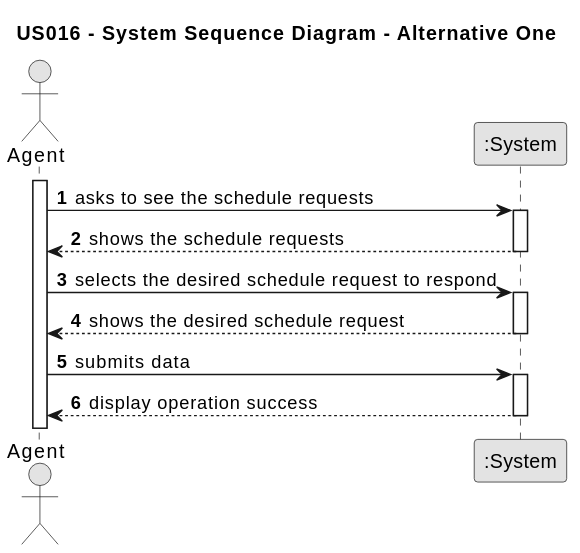
This is docs/sprintD/US016/01.requirements-engineering/svg/us016-system-sequence-diagram-alternative-one.svg from PureNimble/ISEP-LAPR2, a PlantUML export, as it was before one commit. Source of this version:
```plantuml
@startuml
skinparam monochrome true
skinparam packageStyle rectangle
skinparam shadowing false

title US016 - System Sequence Diagram - Alternative One

autonumber

actor "Agent" as Agent
participant ":System" as System

activate Agent

Agent -> System : asks to see the schedule requests
activate System

System --> Agent : shows the schedule requests
deactivate System

Agent -> System : selects the desired schedule request to respond
activate System

System --> Agent : shows the desired schedule request
deactivate System

Agent -> System : submits data
activate System

System --> Agent : display operation success
deactivate System
@enduml
```
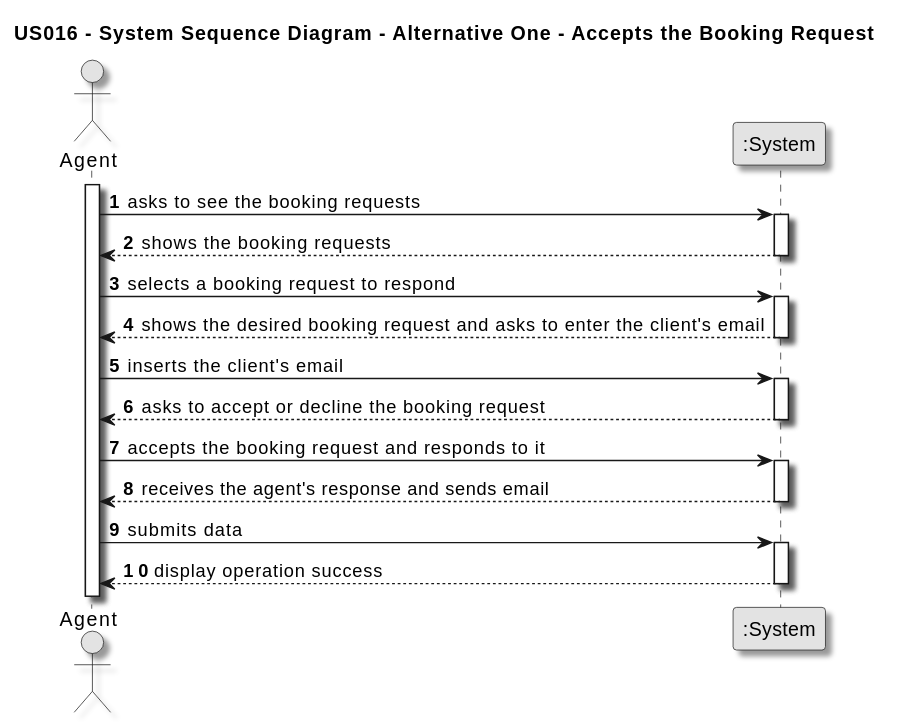
After the commit.

Change to the diagram source:
```diff
@@ -1,9 +1,9 @@
 @startuml
 skinparam monochrome true
 skinparam packageStyle rectangle
-skinparam shadowing false
+skinparam shadowing true
 
-title US016 - System Sequence Diagram - Alternative One
+title US016 - System Sequence Diagram - Alternative One - Accepts the Booking Request
 
 autonumber
 
@@ -12,16 +12,28 @@
 
 activate Agent
 
-Agent -> System : asks to see the schedule requests
+Agent -> System : asks to see the booking requests
 activate System
 
-System --> Agent : shows the schedule requests
+System --> Agent : shows the booking requests
 deactivate System
 
-Agent -> System : selects the desired schedule request to respond
+Agent -> System : selects a booking request to respond
 activate System
 
-System --> Agent : shows the desired schedule request
+System --> Agent : shows the desired booking request and asks to enter the client's email
+deactivate System
+
+Agent -> System : inserts the client's email
+activate System
+
+System --> Agent : asks to accept or decline the booking request
+deactivate System
+
+Agent -> System : accepts the booking request and responds to it
+activate System
+
+System --> Agent : receives the agent's response and sends email
 deactivate System
 
 Agent -> System : submits data
```
